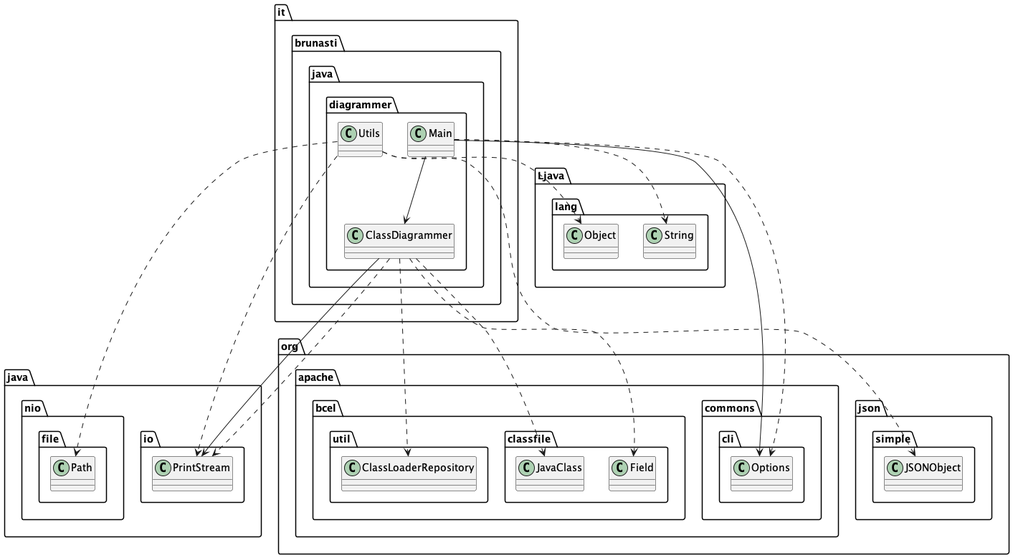
The PlantUML diagram temp/output.png in brunasti/java-diagrammer, before a commit.
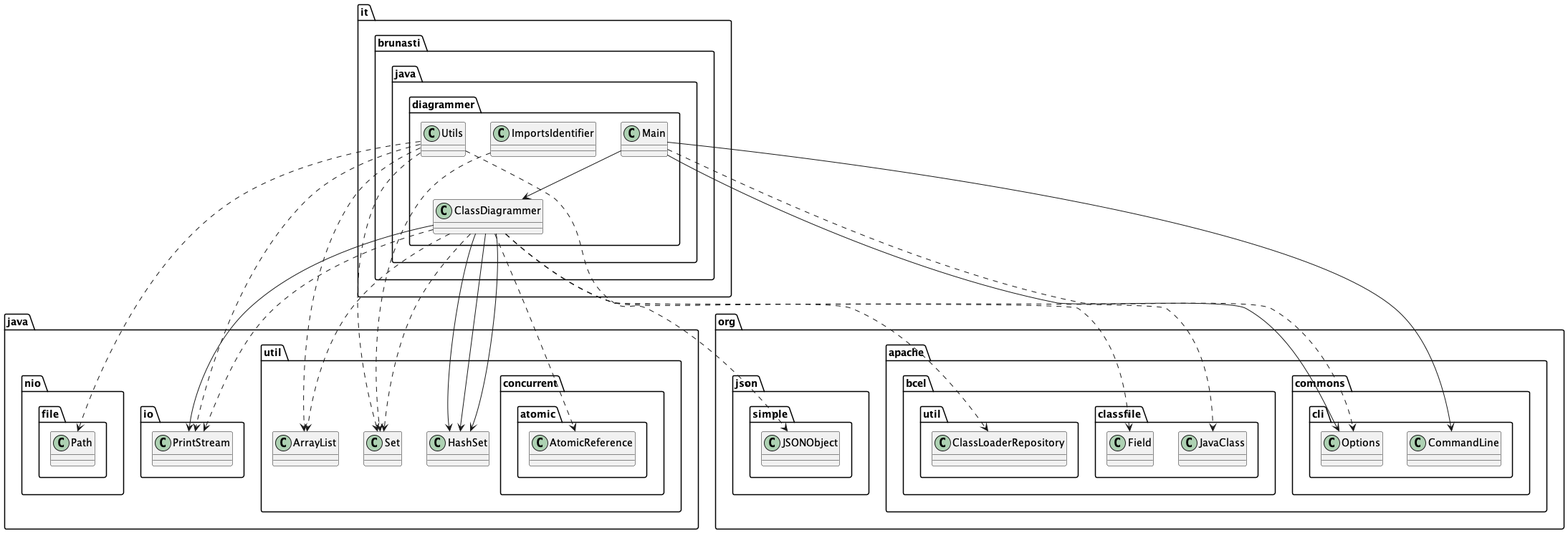
After the change.

The edit, as a diff of the source:
```diff
@@ -6,23 +6,32 @@
 class it.brunasti.java.diagrammer.ClassDiagrammer
 class it.brunasti.java.diagrammer.Utils
 class it.brunasti.java.diagrammer.Main
+class it.brunasti.java.diagrammer.ImportsIdentifier
 
 
 
 it.brunasti.java.diagrammer.ClassDiagrammer --> java.io.PrintStream
+it.brunasti.java.diagrammer.ClassDiagrammer --> java.util.HashSet
+it.brunasti.java.diagrammer.ClassDiagrammer --> java.util.HashSet
+it.brunasti.java.diagrammer.ClassDiagrammer --> java.util.HashSet
+it.brunasti.java.diagrammer.Main --> org.apache.commons.cli.CommandLine
 it.brunasti.java.diagrammer.Main --> it.brunasti.java.diagrammer.ClassDiagrammer
 it.brunasti.java.diagrammer.Main --> org.apache.commons.cli.Options
 
 it.brunasti.java.diagrammer.ClassDiagrammer ..> java.io.PrintStream
+it.brunasti.java.diagrammer.ClassDiagrammer ..> java.util.Set
 it.brunasti.java.diagrammer.ClassDiagrammer ..> org.apache.bcel.classfile.JavaClass
 it.brunasti.java.diagrammer.ClassDiagrammer ..> org.apache.bcel.classfile.Field
+it.brunasti.java.diagrammer.ClassDiagrammer ..> java.util.ArrayList
 it.brunasti.java.diagrammer.ClassDiagrammer ..> org.apache.bcel.util.ClassLoaderRepository
-it.brunasti.java.diagrammer.Utils ..> Ljava.lang.Object
+it.brunasti.java.diagrammer.ClassDiagrammer ..> java.util.concurrent.atomic.AtomicReference
 it.brunasti.java.diagrammer.Utils ..> java.io.PrintStream
+it.brunasti.java.diagrammer.Utils ..> java.util.ArrayList
+it.brunasti.java.diagrammer.Utils ..> java.util.Set
 it.brunasti.java.diagrammer.Utils ..> org.json.simple.JSONObject
 it.brunasti.java.diagrammer.Utils ..> java.nio.file.Path
-it.brunasti.java.diagrammer.Main ..> Ljava.lang.String
 it.brunasti.java.diagrammer.Main ..> org.apache.commons.cli.Options
+it.brunasti.java.diagrammer.ImportsIdentifier ..> java.util.Set
 
 
 @enduml
```
